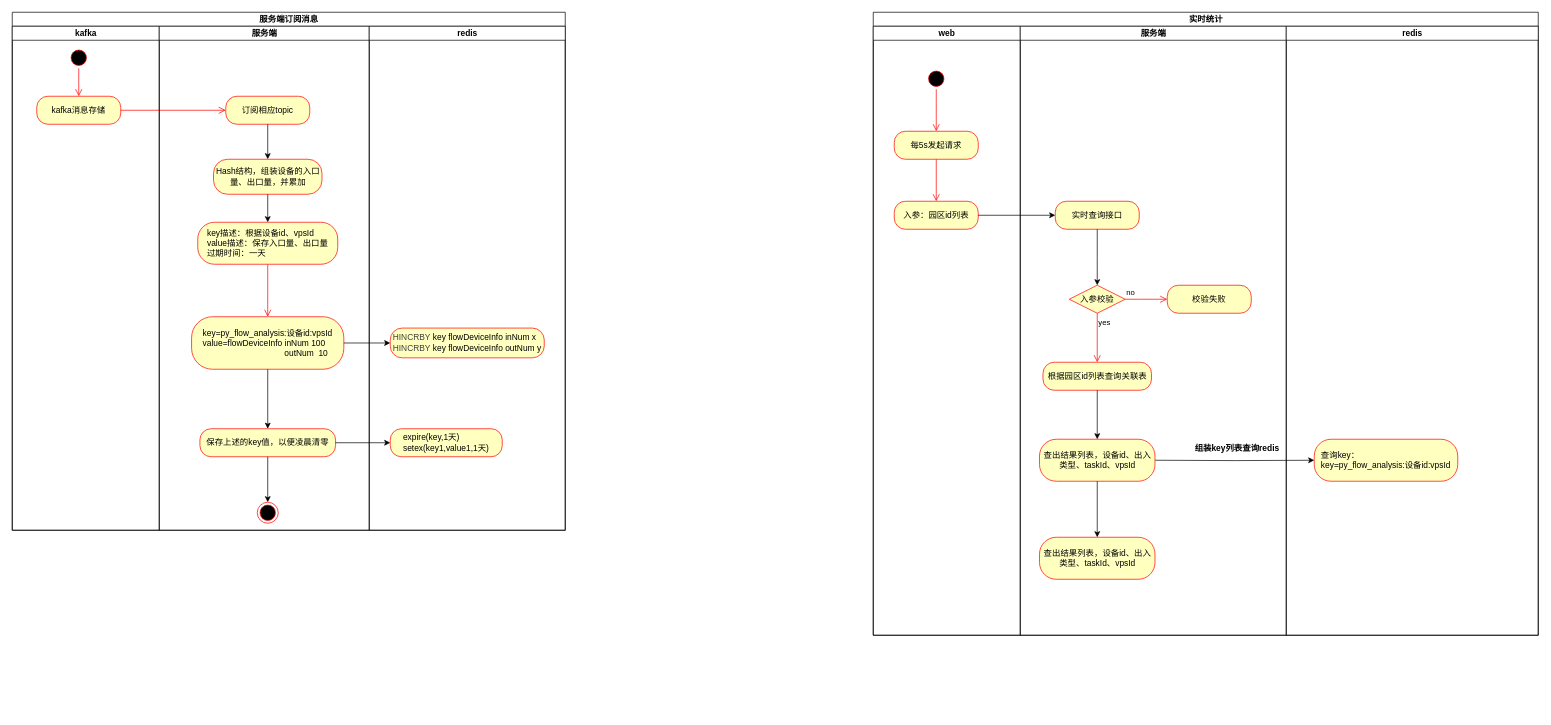
This is Untitled Diagram.drawio from yiwankb/spring-boot-demo, a draw.io file, before an edit. Source tidied: cells renumbered, new cells numbered last; positions are measured from the earlier drawing's top-left corner, leaving out a move shared by most shapes. Both pictures are drawn from the tidied source at 70%, with x=0, y=0 at pixel (12, 12).
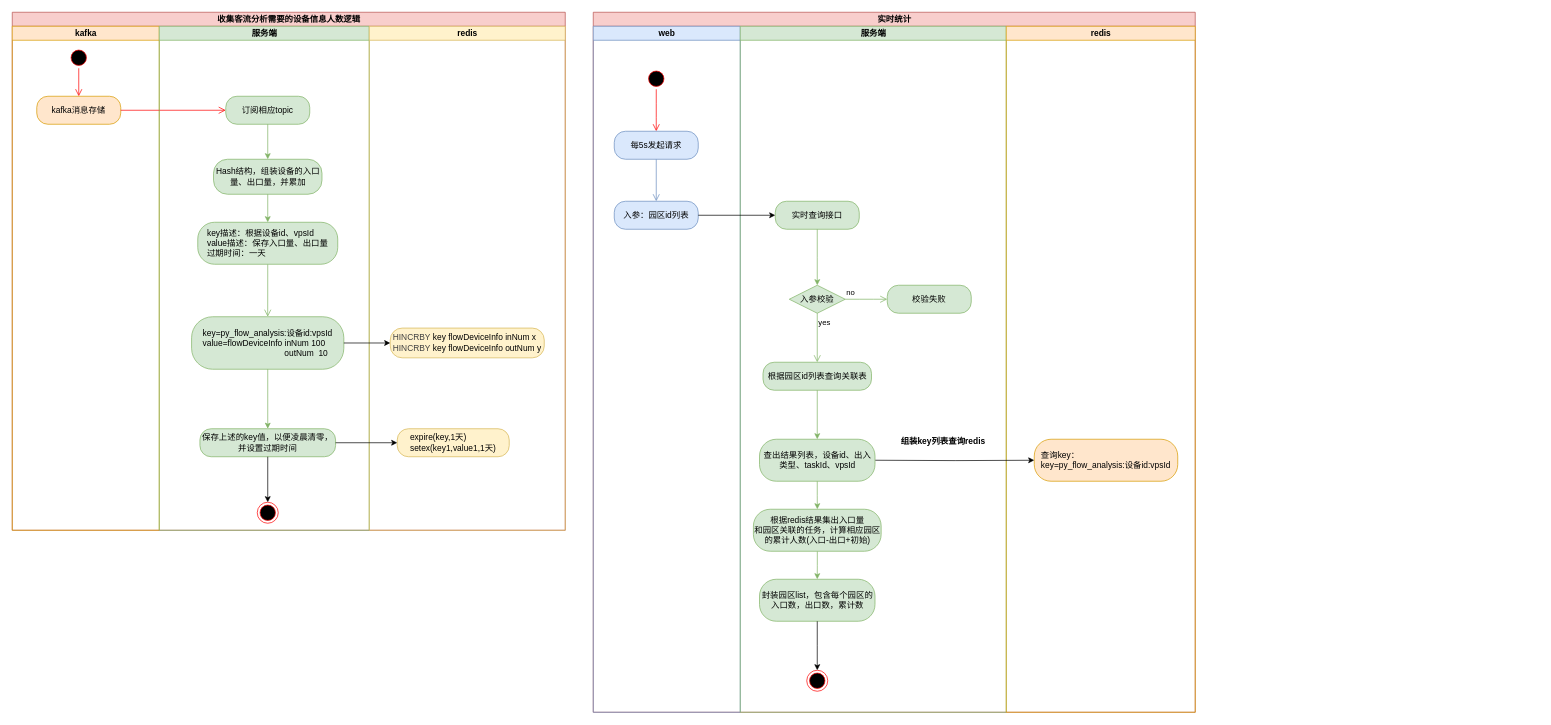
The same page after the edit.

What changed in the source:
```diff
@@
-    <mxCell id="2" value="实时统计" style="swimlane;html=1;startSize=20;" parent="1" vertex="1">
-      <mxGeometry x="1230" width="950" height="890" as="geometry" />
+    <mxCell id="2" value="实时统计" style="swimlane;html=1;startSize=20;fillColor=#f8cecc;strokeColor=#b85450;" parent="1" vertex="1">
+      <mxGeometry x="830" width="860" height="1000" as="geometry" />
     </mxCell>
-    <mxCell id="3" value="web" style="swimlane;html=1;startSize=20;" parent="2" vertex="1">
-      <mxGeometry y="20" width="210" height="870" as="geometry" />
+    <mxCell id="3" value="web" style="swimlane;html=1;startSize=20;fillColor=#dae8fc;strokeColor=#6c8ebf;" parent="2" vertex="1">
+      <mxGeometry y="20" width="210" height="980" as="geometry" />
     </mxCell>
@@
-    <mxCell id="6" value="每5s发起请求" style="rounded=1;whiteSpace=wrap;html=1;arcSize=40;fontColor=#000000;fillColor=#ffffc0;strokeColor=#ff0000;" parent="3" vertex="1">
+    <mxCell id="6" value="每5s发起请求" style="rounded=1;whiteSpace=wrap;html=1;arcSize=40;fillColor=#dae8fc;strokeColor=#6c8ebf;" parent="3" vertex="1">
       <mxGeometry x="30" y="150" width="120" height="40" as="geometry" />
     </mxCell>
-    <mxCell id="7" value="入参：园区id列表" style="rounded=1;whiteSpace=wrap;html=1;arcSize=40;fontColor=#000000;fillColor=#ffffc0;strokeColor=#ff0000;" parent="3" vertex="1">
+    <mxCell id="7" value="入参：园区id列表" style="rounded=1;whiteSpace=wrap;html=1;arcSize=40;fillColor=#dae8fc;strokeColor=#6c8ebf;" parent="3" vertex="1">
       <mxGeometry x="30" y="250" width="120" height="40" as="geometry" />
     </mxCell>
-    <mxCell id="8" style="edgeStyle=orthogonalEdgeStyle;html=1;verticalAlign=bottom;endArrow=open;endSize=8;strokeColor=#ff0000;" parent="3" edge="1" source="6" target="7">
+    <mxCell id="8" style="edgeStyle=orthogonalEdgeStyle;html=1;verticalAlign=bottom;endArrow=open;endSize=8;strokeColor=#6c8ebf;fillColor=#dae8fc;" parent="3" edge="1" source="6" target="7">
       <mxGeometry relative="1" as="geometry" />
     </mxCell>
-    <mxCell id="9" value="服务端" style="swimlane;html=1;startSize=20;" parent="2" vertex="1">
-      <mxGeometry x="210" y="20" width="380" height="870" as="geometry" />
+    <mxCell id="9" value="服务端" style="swimlane;html=1;startSize=20;fillColor=#d5e8d4;strokeColor=#82b366;" parent="2" vertex="1">
+      <mxGeometry x="210" y="20" width="380" height="980" as="geometry" />
     </mxCell>
-    <mxCell id="10" value="实时查询接口" style="rounded=1;whiteSpace=wrap;html=1;arcSize=40;fontColor=#000000;fillColor=#ffffc0;strokeColor=#ff0000;" parent="9" vertex="1">
+    <mxCell id="10" value="实时查询接口" style="rounded=1;whiteSpace=wrap;html=1;arcSize=40;fillColor=#d5e8d4;strokeColor=#82b366;" parent="9" vertex="1">
       <mxGeometry x="50" y="250" width="120" height="40" as="geometry" />
     </mxCell>
-    <mxCell id="11" value="入参校验" style="rhombus;whiteSpace=wrap;html=1;fillColor=#ffffc0;strokeColor=#ff0000;" parent="9" vertex="1">
+    <mxCell id="11" value="入参校验" style="rhombus;whiteSpace=wrap;html=1;fillColor=#d5e8d4;strokeColor=#82b366;" parent="9" vertex="1">
       <mxGeometry x="70" y="370" width="80" height="40" as="geometry" />
     </mxCell>
-    <mxCell id="12" value="no" style="edgeStyle=orthogonalEdgeStyle;html=1;align=left;verticalAlign=bottom;endArrow=open;endSize=8;strokeColor=#ff0000;" parent="9" edge="1" source="11">
+    <mxCell id="12" value="no" style="edgeStyle=orthogonalEdgeStyle;html=1;align=left;verticalAlign=bottom;endArrow=open;endSize=8;strokeColor=#82b366;fillColor=#d5e8d4;" parent="9" edge="1" source="11">
       <mxGeometry x="-1" relative="1" as="geometry">
         <mxPoint x="210" y="390" as="targetPoint" />
       </mxGeometry>
     </mxCell>
-    <mxCell id="13" value="yes" style="edgeStyle=orthogonalEdgeStyle;html=1;align=left;verticalAlign=top;endArrow=open;endSize=8;strokeColor=#ff0000;entryX=0.5;entryY=0;entryDx=0;entryDy=0;" parent="9" edge="1" source="11" target="15">
+    <mxCell id="13" value="yes" style="edgeStyle=orthogonalEdgeStyle;html=1;align=left;verticalAlign=top;endArrow=open;endSize=8;strokeColor=#82b366;entryX=0.5;entryY=0;entryDx=0;entryDy=0;fillColor=#d5e8d4;" parent="9" edge="1" source="11" target="15">
       <mxGeometry x="-1" relative="1" as="geometry" />
     </mxCell>
-    <mxCell id="14" value="校验失败" style="rounded=1;whiteSpace=wrap;html=1;arcSize=40;fontColor=#000000;fillColor=#ffffc0;strokeColor=#ff0000;" parent="9" vertex="1">
+    <mxCell id="14" value="校验失败" style="rounded=1;whiteSpace=wrap;html=1;arcSize=40;fillColor=#d5e8d4;strokeColor=#82b366;" parent="9" vertex="1">
       <mxGeometry x="210" y="370" width="120" height="40" as="geometry" />
     </mxCell>
-    <mxCell id="15" value="根据园区id列表查询关联表" style="rounded=1;whiteSpace=wrap;html=1;arcSize=40;fontColor=#000000;fillColor=#ffffc0;strokeColor=#ff0000;" parent="9" vertex="1">
+    <mxCell id="15" value="根据园区id列表查询关联表" style="rounded=1;whiteSpace=wrap;html=1;arcSize=40;fillColor=#d5e8d4;strokeColor=#82b366;" parent="9" vertex="1">
       <mxGeometry x="32.5" y="480" width="155" height="40" as="geometry" />
     </mxCell>
-    <mxCell id="16" value="组装key列表查询redis" style="text;align=center;fontStyle=1;verticalAlign=middle;spacingLeft=3;spacingRight=3;strokeColor=none;" parent="9" vertex="1">
-      <mxGeometry x="270" y="590" width="80" height="26" as="geometry" />
-    </mxCell>
-    <mxCell id="17" value="查出结果列表，设备id、出入类型、taskId、vpsId" style="rounded=1;whiteSpace=wrap;html=1;arcSize=40;fontColor=#000000;fillColor=#ffffc0;strokeColor=#ff0000;" parent="9" vertex="1">
+    <mxCell id="17" value="查出结果列表，设备id、出入类型、taskId、vpsId" style="rounded=1;whiteSpace=wrap;html=1;arcSize=40;fillColor=#d5e8d4;strokeColor=#82b366;" parent="9" vertex="1">
       <mxGeometry x="27.5" y="590" width="165" height="60" as="geometry" />
     </mxCell>
-    <mxCell id="18" style="edgeStyle=orthogonalEdgeStyle;rounded=0;jettySize=auto;html=1;" parent="9" edge="1" source="15" target="17">
+    <mxCell id="18" style="edgeStyle=orthogonalEdgeStyle;rounded=0;jettySize=auto;html=1;fillColor=#d5e8d4;strokeColor=#82b366;" parent="9" edge="1" source="15" target="17">
       <mxGeometry relative="1" as="geometry" />
     </mxCell>
+    <mxCell id="16" value="组装key列表查询redis" style="text;align=center;fontStyle=1;verticalAlign=middle;spacingLeft=3;spacingRight=3;strokeColor=none;" parent="9" vertex="1">
+      <mxGeometry x="250" y="580" width="80" height="26" as="geometry" />
+    </mxCell>
+    <mxCell id="49" value="封装园区list，包含每个园区的入口数，出口数，累计数" style="rounded=1;whiteSpace=wrap;html=1;arcSize=40;fillColor=#d5e8d4;strokeColor=#82b366;" parent="9" vertex="1">
+      <mxGeometry x="27.5" y="790" width="165" height="60" as="geometry" />
+    </mxCell>
+    <mxCell id="50" style="ellipse;html=1;shape=endState;fillColor=#000000;strokeColor=#ff0000;" parent="9" vertex="1">
+      <mxGeometry x="95" y="920" width="30" height="30" as="geometry" />
+    </mxCell>
-    <mxCell id="19" value="redis" style="swimlane;html=1;startSize=20;" parent="2" vertex="1">
-      <mxGeometry x="590" y="20" width="360" height="870" as="geometry" />
+    <mxCell id="19" value="redis" style="swimlane;html=1;startSize=20;fillColor=#ffe6cc;strokeColor=#d79b00;" parent="2" vertex="1">
+      <mxGeometry x="590" y="20" width="270" height="980" as="geometry" />
     </mxCell>
-    <mxCell id="20" value="&lt;div style=&quot;text-align: left&quot;&gt;查询key：&lt;/div&gt;&lt;span style=&quot;text-align: left&quot;&gt;key=py_flow_analysis:设备id:vpsId&lt;/span&gt;" style="rounded=1;whiteSpace=wrap;html=1;arcSize=40;fontColor=#000000;fillColor=#ffffc0;strokeColor=#ff0000;" parent="19" vertex="1">
+    <mxCell id="20" value="&lt;div style=&quot;text-align: left&quot;&gt;查询key：&lt;/div&gt;&lt;span style=&quot;text-align: left&quot;&gt;key=py_flow_analysis:设备id:vpsId&lt;/span&gt;" style="rounded=1;whiteSpace=wrap;html=1;arcSize=40;fillColor=#ffe6cc;strokeColor=#d79b00;" parent="19" vertex="1">
       <mxGeometry x="40" y="590" width="205" height="60" as="geometry" />
     </mxCell>
@@
-    <mxCell id="23" style="edgeStyle=orthogonalEdgeStyle;rounded=0;jettySize=auto;html=1;" parent="1" edge="1" source="10">
+    <mxCell id="23" style="edgeStyle=orthogonalEdgeStyle;rounded=0;jettySize=auto;html=1;fillColor=#d5e8d4;strokeColor=#82b366;" parent="1" edge="1" source="10">
       <mxGeometry relative="1" as="geometry">
-        <mxPoint x="1550" y="390" as="targetPoint" />
+        <mxPoint x="1150" y="390" as="targetPoint" />
       </mxGeometry>
     </mxCell>
-    <mxCell id="24" value="服务端订阅消息" style="swimlane;html=1;startSize=20;" parent="1" vertex="1">
+    <mxCell id="24" value="收集客流分析需要的设备信息人数逻辑" style="swimlane;html=1;startSize=20;fillColor=#f8cecc;strokeColor=#b85450;" parent="1" vertex="1">
       <mxGeometry width="790" height="740" as="geometry" />
     </mxCell>
-    <mxCell id="25" value="kafka" style="swimlane;html=1;startSize=20;" parent="24" vertex="1">
+    <mxCell id="25" value="kafka" style="swimlane;html=1;startSize=20;fillColor=#ffe6cc;strokeColor=#d79b00;" parent="24" vertex="1">
       <mxGeometry y="20" width="210" height="720" as="geometry" />
     </mxCell>
-    <mxCell id="26" value="kafka消息存储" style="rounded=1;whiteSpace=wrap;html=1;arcSize=40;fontColor=#000000;fillColor=#ffffc0;strokeColor=#ff0000;" parent="25" vertex="1">
+    <mxCell id="26" value="kafka消息存储" style="rounded=1;whiteSpace=wrap;html=1;arcSize=40;fillColor=#ffe6cc;strokeColor=#d79b00;" parent="25" vertex="1">
       <mxGeometry x="35" y="100" width="120" height="40" as="geometry" />
     </mxCell>
@@
-    <mxCell id="30" value="服务端" style="swimlane;html=1;startSize=20;" parent="24" vertex="1">
+    <mxCell id="30" value="服务端" style="swimlane;html=1;startSize=20;fillColor=#d5e8d4;strokeColor=#82b366;" parent="24" vertex="1">
       <mxGeometry x="210" y="20" width="300" height="720" as="geometry" />
     </mxCell>
-    <mxCell id="31" value="&lt;div style=&quot;text-align: left&quot;&gt;&lt;span&gt;key=py_flow_analysis:设备id:vpsId&lt;/span&gt;&lt;br&gt;&lt;/div&gt;&lt;div style=&quot;text-align: left&quot;&gt;&lt;span&gt;value=flowDeviceInfo inNum 100&lt;/span&gt;&lt;/div&gt;&lt;div style=&quot;text-align: left&quot;&gt;&lt;span&gt;&amp;nbsp; &amp;nbsp; &amp;nbsp; &amp;nbsp; &amp;nbsp; &amp;nbsp; &amp;nbsp; &amp;nbsp; &amp;nbsp; &amp;nbsp; &amp;nbsp; &amp;nbsp; &amp;nbsp; &amp;nbsp; &amp;nbsp; &amp;nbsp; &amp;nbsp; &amp;nbsp;outNum&amp;nbsp; 10&lt;br&gt;&lt;/span&gt;&lt;/div&gt;" style="rounded=1;whiteSpace=wrap;html=1;arcSize=40;fontColor=#000000;fillColor=#ffffc0;strokeColor=#ff0000;" parent="30" vertex="1">
+    <mxCell id="31" value="&lt;div style=&quot;text-align: left&quot;&gt;&lt;span&gt;key=py_flow_analysis:设备id:vpsId&lt;/span&gt;&lt;br&gt;&lt;/div&gt;&lt;div style=&quot;text-align: left&quot;&gt;&lt;span&gt;value=flowDeviceInfo inNum 100&lt;/span&gt;&lt;/div&gt;&lt;div style=&quot;text-align: left&quot;&gt;&lt;span&gt;&amp;nbsp; &amp;nbsp; &amp;nbsp; &amp;nbsp; &amp;nbsp; &amp;nbsp; &amp;nbsp; &amp;nbsp; &amp;nbsp; &amp;nbsp; &amp;nbsp; &amp;nbsp; &amp;nbsp; &amp;nbsp; &amp;nbsp; &amp;nbsp; &amp;nbsp; &amp;nbsp;outNum&amp;nbsp; 10&lt;br&gt;&lt;/span&gt;&lt;/div&gt;" style="rounded=1;whiteSpace=wrap;html=1;arcSize=40;fillColor=#d5e8d4;strokeColor=#82b366;" parent="30" vertex="1">
       <mxGeometry x="46.2" y="415" width="217.5" height="75" as="geometry" />
     </mxCell>
-    <mxCell id="32" style="edgeStyle=orthogonalEdgeStyle;html=1;verticalAlign=bottom;endArrow=open;endSize=8;strokeColor=#ff0000;entryX=0.5;entryY=0;entryDx=0;entryDy=0;exitX=0.5;exitY=1;exitDx=0;exitDy=0;" parent="30" edge="1" source="33" target="31">
+    <mxCell id="32" style="edgeStyle=orthogonalEdgeStyle;html=1;verticalAlign=bottom;endArrow=open;endSize=8;strokeColor=#82b366;entryX=0.5;entryY=0;entryDx=0;entryDy=0;exitX=0.5;exitY=1;exitDx=0;exitDy=0;fillColor=#d5e8d4;" parent="30" edge="1" source="33" target="31">
       <mxGeometry relative="1" as="geometry" />
     </mxCell>
-    <mxCell id="33" value="&lt;div style=&quot;text-align: left&quot;&gt;key描述：根据设备id、vpsId&lt;/div&gt;&lt;span&gt;&lt;div style=&quot;text-align: left&quot;&gt;value描述：保存入口量、出口量&lt;/div&gt;&lt;div style=&quot;text-align: left&quot;&gt;过期时间：一天&lt;/div&gt;&lt;/span&gt;" style="rounded=1;whiteSpace=wrap;html=1;arcSize=40;fontColor=#000000;fillColor=#ffffc0;strokeColor=#ff0000;" parent="30" vertex="1">
+    <mxCell id="33" value="&lt;div style=&quot;text-align: left&quot;&gt;key描述：根据设备id、vpsId&lt;/div&gt;&lt;span&gt;&lt;div style=&quot;text-align: left&quot;&gt;value描述：保存入口量、出口量&lt;/div&gt;&lt;div style=&quot;text-align: left&quot;&gt;过期时间：一天&lt;/div&gt;&lt;/span&gt;" style="rounded=1;whiteSpace=wrap;html=1;arcSize=40;fillColor=#d5e8d4;strokeColor=#82b366;" parent="30" vertex="1">
       <mxGeometry x="55" y="280" width="200" height="60" as="geometry" />
     </mxCell>
-    <mxCell id="34" value="订阅相应topic" style="rounded=1;whiteSpace=wrap;html=1;arcSize=40;fontColor=#000000;fillColor=#ffffc0;strokeColor=#ff0000;" parent="30" vertex="1">
+    <mxCell id="34" value="订阅相应topic" style="rounded=1;whiteSpace=wrap;html=1;arcSize=40;fillColor=#d5e8d4;strokeColor=#82b366;" parent="30" vertex="1">
       <mxGeometry x="95" y="100" width="120" height="40" as="geometry" />
     </mxCell>
-    <mxCell id="35" value="&lt;span style=&quot;text-align: left&quot;&gt;Hash结构，&lt;/span&gt;组装设备的入口量、出口量，并累加" style="rounded=1;whiteSpace=wrap;html=1;arcSize=40;fontColor=#000000;fillColor=#ffffc0;strokeColor=#ff0000;" parent="30" vertex="1">
+    <mxCell id="35" value="&lt;span style=&quot;text-align: left&quot;&gt;Hash结构，&lt;/span&gt;组装设备的入口量、出口量，并累加" style="rounded=1;whiteSpace=wrap;html=1;arcSize=40;fillColor=#d5e8d4;strokeColor=#82b366;" parent="30" vertex="1">
       <mxGeometry x="77.5" y="190" width="155" height="50" as="geometry" />
     </mxCell>
-    <mxCell id="36" style="edgeStyle=orthogonalEdgeStyle;rounded=0;jettySize=auto;html=1;" parent="30" edge="1" source="35" target="33">
+    <mxCell id="36" style="edgeStyle=orthogonalEdgeStyle;rounded=0;jettySize=auto;html=1;fillColor=#d5e8d4;strokeColor=#82b366;" parent="30" edge="1" source="35" target="33">
       <mxGeometry relative="1" as="geometry" />
     </mxCell>
-    <mxCell id="37" style="edgeStyle=orthogonalEdgeStyle;rounded=0;jettySize=auto;html=1;" parent="30" edge="1" source="34" target="35">
+    <mxCell id="37" style="edgeStyle=orthogonalEdgeStyle;rounded=0;jettySize=auto;html=1;fillColor=#d5e8d4;strokeColor=#82b366;" parent="30" edge="1" source="34" target="35">
       <mxGeometry relative="1" as="geometry" />
     </mxCell>
-    <mxCell id="38" value="&lt;div style=&quot;text-align: left&quot;&gt;保存上述的key值，以便凌晨清零&lt;/div&gt;" style="rounded=1;whiteSpace=wrap;html=1;arcSize=40;fontColor=#000000;fillColor=#ffffc0;strokeColor=#ff0000;" parent="30" vertex="1">
+    <mxCell id="38" value="&lt;div&gt;保存上述的key值，以便凌晨清零，并设置过期时间&lt;/div&gt;" style="rounded=1;whiteSpace=wrap;html=1;arcSize=40;fillColor=#d5e8d4;strokeColor=#82b366;align=center;" parent="30" vertex="1">
       <mxGeometry x="58.1" y="575" width="193.8" height="40" as="geometry" />
     </mxCell>
-    <mxCell id="39" style="edgeStyle=orthogonalEdgeStyle;rounded=0;jettySize=auto;html=1;" parent="30" edge="1" source="31" target="38">
+    <mxCell id="39" style="edgeStyle=orthogonalEdgeStyle;rounded=0;jettySize=auto;html=1;fillColor=#d5e8d4;strokeColor=#82b366;" parent="30" edge="1" source="31" target="38">
       <mxGeometry relative="1" as="geometry" />
     </mxCell>
@@
-    <mxCell id="42" value="redis" style="swimlane;html=1;startSize=20;" parent="24" vertex="1">
+    <mxCell id="42" value="redis" style="swimlane;html=1;startSize=20;fillColor=#fff2cc;strokeColor=#d6b656;" parent="24" vertex="1">
       <mxGeometry x="510" y="20" width="280" height="720" as="geometry" />
     </mxCell>
-    <mxCell id="43" value="&lt;div style=&quot;text-align: left&quot;&gt;&lt;span style=&quot;color: rgb(64 , 64 , 64) ; font-family: , &amp;#34;menlo&amp;#34; , &amp;#34;monaco&amp;#34; , &amp;#34;consolas&amp;#34; , &amp;#34;liberation mono&amp;#34; , &amp;#34;courier new&amp;#34; , &amp;#34;courier&amp;#34; , monospace&quot;&gt;HINCRBY&amp;nbsp;&lt;/span&gt;key flowDeviceInfo&amp;nbsp;inNum x&lt;/div&gt;&lt;div style=&quot;text-align: left&quot;&gt;&lt;span style=&quot;color: rgb(64 , 64 , 64)&quot;&gt;HINCRBY&amp;nbsp;&lt;/span&gt;key flowDeviceInfo outNum y&lt;br&gt;&lt;/div&gt;" style="rounded=1;whiteSpace=wrap;html=1;arcSize=40;fontColor=#000000;fillColor=#ffffc0;strokeColor=#ff0000;" parent="42" vertex="1">
+    <mxCell id="43" value="&lt;div style=&quot;text-align: left&quot;&gt;&lt;span style=&quot;color: rgb(64 , 64 , 64) ; font-family: , &amp;#34;menlo&amp;#34; , &amp;#34;monaco&amp;#34; , &amp;#34;consolas&amp;#34; , &amp;#34;liberation mono&amp;#34; , &amp;#34;courier new&amp;#34; , &amp;#34;courier&amp;#34; , monospace&quot;&gt;HINCRBY&amp;nbsp;&lt;/span&gt;key flowDeviceInfo&amp;nbsp;inNum x&lt;/div&gt;&lt;div style=&quot;text-align: left&quot;&gt;&lt;span style=&quot;color: rgb(64 , 64 , 64)&quot;&gt;HINCRBY&amp;nbsp;&lt;/span&gt;key flowDeviceInfo outNum y&lt;br&gt;&lt;/div&gt;" style="rounded=1;whiteSpace=wrap;html=1;arcSize=40;fillColor=#fff2cc;strokeColor=#d6b656;" parent="42" vertex="1">
       <mxGeometry x="30" y="431.2" width="220" height="42.5" as="geometry" />
     </mxCell>
-    <mxCell id="44" value="&lt;div style=&quot;text-align: left&quot;&gt;expire(key,1天)&lt;br&gt;&lt;/div&gt;&lt;div style=&quot;text-align: left&quot;&gt;setex(key1,value1,1天)&lt;/div&gt;" style="rounded=1;whiteSpace=wrap;html=1;arcSize=40;fontColor=#000000;fillColor=#ffffc0;strokeColor=#ff0000;" parent="42" vertex="1">
-      <mxGeometry x="30" y="575" width="160" height="40" as="geometry" />
+    <mxCell id="44" value="&lt;div style=&quot;text-align: left&quot;&gt;expire(key,1天)&lt;br&gt;&lt;/div&gt;&lt;div style=&quot;text-align: left&quot;&gt;setex(key1,value1,1天)&lt;/div&gt;" style="rounded=1;whiteSpace=wrap;html=1;arcSize=40;fillColor=#fff2cc;strokeColor=#d6b656;" parent="42" vertex="1">
+      <mxGeometry x="40" y="575" width="160" height="40" as="geometry" />
     </mxCell>
@@
-    <mxCell id="47" value="查出结果列表，设备id、出入类型、taskId、vpsId" style="rounded=1;whiteSpace=wrap;html=1;arcSize=40;fontColor=#000000;fillColor=#ffffc0;strokeColor=#ff0000;" parent="1" vertex="1">
-      <mxGeometry x="1467.5" y="750" width="165" height="60" as="geometry" />
-    </mxCell>
-    <mxCell id="48" style="edgeStyle=orthogonalEdgeStyle;rounded=0;jettySize=auto;html=1;" parent="1" edge="1" source="17" target="47">
-      <mxGeometry relative="1" as="geometry" />
-    </mxCell>
+    <mxCell id="51" style="edgeStyle=orthogonalEdgeStyle;rounded=0;jettySize=auto;html=1;fillColor=#d5e8d4;strokeColor=#82b366;" parent="1" edge="1" source="52" target="49">
+      <mxGeometry relative="1" as="geometry" />
+    </mxCell>
+    <mxCell id="52" value="根据redis结果集出入口量&lt;br&gt;和园区关联的任务，计算相应园区的累计人数(入口-出口+初始)" style="rounded=1;whiteSpace=wrap;html=1;arcSize=40;fillColor=#d5e8d4;strokeColor=#82b366;" parent="1" vertex="1">
+      <mxGeometry x="1058.8" y="710" width="182.5" height="60" as="geometry" />
+    </mxCell>
+    <mxCell id="53" style="edgeStyle=orthogonalEdgeStyle;rounded=0;jettySize=auto;html=1;fillColor=#d5e8d4;strokeColor=#82b366;" parent="1" edge="1" source="17" target="52">
+      <mxGeometry relative="1" as="geometry" />
+    </mxCell>
+    <mxCell id="54" style="edgeStyle=orthogonalEdgeStyle;rounded=0;jettySize=auto;html=1;" parent="1" edge="1" source="49">
+      <mxGeometry relative="1" as="geometry">
+        <mxPoint x="1150" y="940" as="targetPoint" />
+      </mxGeometry>
+    </mxCell>
```
